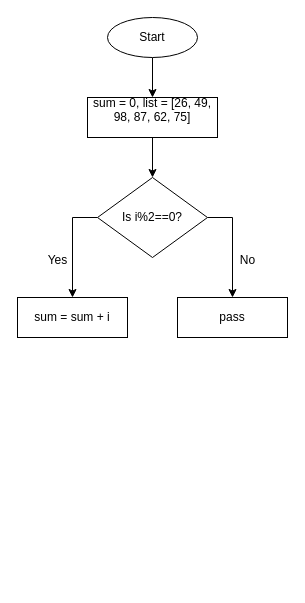
Earlier version of the draw.io diagram Practice Problem.drawio (northpotestades/DSA-CPE-010-CPE-21S1). Source tidied: cells renumbered, new cells numbered last; positions are measured from the earlier drawing's top-left corner, leaving out a move shared by most shapes. Both pictures are drawn from the tidied source at 100%, with x=0, y=0 at pixel (17, 17).
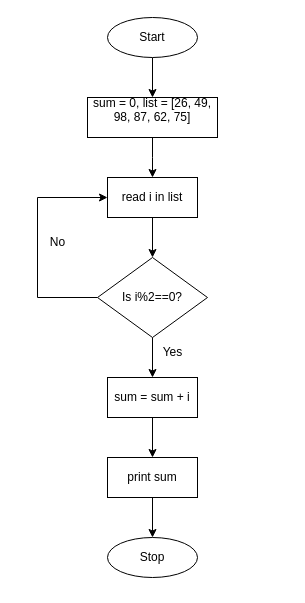
Above is the later version.

Unchanged cells that the change refers to:
```xml
<mxCell id="5" value="sum = 0,&amp;nbsp;&lt;span style=&quot;background-color: initial;&quot;&gt;list = [26, 49, 98, 87, 62, 75]&lt;/span&gt;&lt;div&gt;&lt;span style=&quot;background-color: initial;&quot;&gt;&lt;br&gt;&lt;/span&gt;&lt;/div&gt;" style="rounded=0;whiteSpace=wrap;html=1;" parent="1" vertex="1">
  <mxGeometry x="70" y="80" width="130" height="40" as="geometry" />
</mxCell>
```

The edit, as a diff of the source:
```diff
@@
-    <mxCell id="4" style="edgeStyle=orthogonalEdgeStyle;rounded=0;jettySize=auto;html=1;entryX=0.5;entryY=0;entryDx=0;entryDy=0;" parent="1" edge="1" source="5" target="8">
-      <mxGeometry relative="1" as="geometry" />
-    </mxCell>
+    <mxCell id="13" style="edgeStyle=orthogonalEdgeStyle;rounded=0;jettySize=auto;html=1;entryX=0.5;entryY=0;entryDx=0;entryDy=0;" parent="1" edge="1" source="5">
+      <mxGeometry relative="1" as="geometry">
+        <mxPoint x="135" y="160" as="targetPoint" />
+      </mxGeometry>
+    </mxCell>
@@
     <mxCell id="6" style="edgeStyle=orthogonalEdgeStyle;rounded=0;jettySize=auto;html=1;entryX=0.5;entryY=0;entryDx=0;entryDy=0;" parent="1" edge="1" source="8" target="9">
       <mxGeometry relative="1" as="geometry">
         <Array as="points">
-          <mxPoint x="55" y="200" />
+          <mxPoint x="135" y="360" />
+          <mxPoint x="135" y="360" />
         </Array>
       </mxGeometry>
     </mxCell>
-    <mxCell id="7" style="edgeStyle=orthogonalEdgeStyle;rounded=0;jettySize=auto;html=1;" parent="1" edge="1" source="8" target="12">
-      <mxGeometry relative="1" as="geometry">
-        <Array as="points">
-          <mxPoint x="215" y="200" />
-        </Array>
-      </mxGeometry>
-    </mxCell>
+    <mxCell id="14" style="edgeStyle=orthogonalEdgeStyle;rounded=0;jettySize=auto;html=1;entryX=0;entryY=0.5;entryDx=0;entryDy=0;" parent="1" edge="1" source="8" target="19">
+      <mxGeometry relative="1" as="geometry">
+        <Array as="points">
+          <mxPoint x="20" y="280" />
+          <mxPoint x="20" y="180" />
+        </Array>
+      </mxGeometry>
+    </mxCell>
     <mxCell id="8" value="Is i%2==0?" style="rhombus;whiteSpace=wrap;html=1;" parent="1" vertex="1">
-      <mxGeometry x="80" y="160" width="110" height="80" as="geometry" />
+      <mxGeometry x="80" y="240" width="110" height="80" as="geometry" />
     </mxCell>
+    <mxCell id="15" style="edgeStyle=orthogonalEdgeStyle;rounded=0;jettySize=auto;html=1;entryX=0.5;entryY=0;entryDx=0;entryDy=0;" parent="1" edge="1" source="9" target="21">
+      <mxGeometry relative="1" as="geometry" />
+    </mxCell>
     <mxCell id="9" value="&lt;div&gt;&lt;span style=&quot;background-color: initial;&quot;&gt;sum = sum + i&lt;/span&gt;&lt;/div&gt;" style="rounded=0;whiteSpace=wrap;html=1;" parent="1" vertex="1">
-      <mxGeometry y="280" width="110" height="40" as="geometry" />
+      <mxGeometry x="90" y="360" width="90" height="40" as="geometry" />
     </mxCell>
     <mxCell id="10" value="Yes" style="text;html=1;align=center;verticalAlign=middle;strokeColor=none;fillColor=none;" parent="1" vertex="1">
-      <mxGeometry x="20" y="228" width="40" height="30" as="geometry" />
+      <mxGeometry x="135" y="320" width="40" height="30" as="geometry" />
     </mxCell>
     <mxCell id="11" value="No" style="text;html=1;align=center;verticalAlign=middle;strokeColor=none;fillColor=none;" parent="1" vertex="1">
-      <mxGeometry x="210" y="228" width="40" height="30" as="geometry" />
+      <mxGeometry x="20" y="210" width="40" height="30" as="geometry" />
     </mxCell>
-    <mxCell id="12" value="&lt;div&gt;&lt;span style=&quot;background-color: initial;&quot;&gt;pass&lt;/span&gt;&lt;/div&gt;" style="rounded=0;whiteSpace=wrap;html=1;" parent="1" vertex="1">
-      <mxGeometry x="160" y="280" width="110" height="40" as="geometry" />
-    </mxCell>
+    <mxCell id="16" style="edgeStyle=orthogonalEdgeStyle;rounded=0;jettySize=auto;html=1;" parent="1" edge="1" target="17">
+      <mxGeometry relative="1" as="geometry">
+        <mxPoint x="135" y="520" as="sourcePoint" />
+      </mxGeometry>
+    </mxCell>
+    <mxCell id="17" value="Stop" style="ellipse;whiteSpace=wrap;html=1;" parent="1" vertex="1">
+      <mxGeometry x="90" y="520" width="90" height="40" as="geometry" />
+    </mxCell>
+    <mxCell id="18" style="edgeStyle=orthogonalEdgeStyle;rounded=0;jettySize=auto;html=1;entryX=0.5;entryY=0;entryDx=0;entryDy=0;" parent="1" edge="1" source="19" target="8">
+      <mxGeometry relative="1" as="geometry" />
+    </mxCell>
+    <mxCell id="19" value="&lt;div&gt;&lt;span style=&quot;background-color: initial;&quot;&gt;read i in list&lt;/span&gt;&lt;/div&gt;" style="rounded=0;whiteSpace=wrap;html=1;" parent="1" vertex="1">
+      <mxGeometry x="90" y="160" width="90" height="40" as="geometry" />
+    </mxCell>
+    <mxCell id="20" style="edgeStyle=orthogonalEdgeStyle;rounded=0;jettySize=auto;html=1;" parent="1" edge="1" source="21" target="17">
+      <mxGeometry relative="1" as="geometry" />
+    </mxCell>
+    <mxCell id="21" value="&lt;div&gt;&lt;span style=&quot;background-color: initial;&quot;&gt;print sum&lt;/span&gt;&lt;/div&gt;" style="rounded=0;whiteSpace=wrap;html=1;" parent="1" vertex="1">
+      <mxGeometry x="90" y="440" width="90" height="40" as="geometry" />
+    </mxCell>
```
